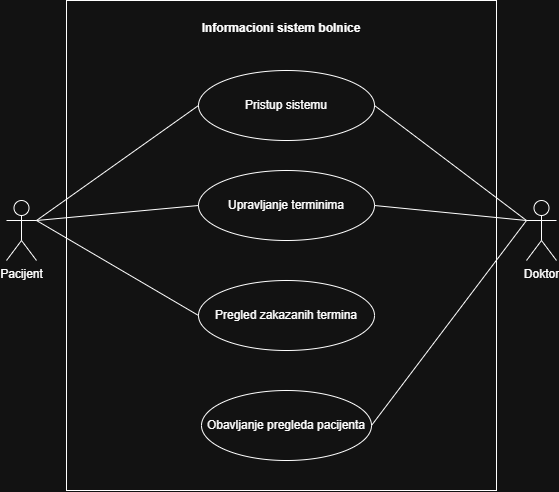
Before: docs/UML/use_case.png, a diagram exported from draw.io (acailic02/matf-hospital-informational-system). Source tidied: cells renumbered, new cells last; positions are measured from the earlier drawing's top-left corner, leaving out a move shared by most shapes. Source of this version:
```xml
<mxGraphModel>
  <root>
    <mxCell id="0" />
    <mxCell id="1" parent="0" />
    <mxCell id="2" value="&lt;div&gt;&lt;br&gt;&lt;/div&gt;Informacioni sistem bolnice" style="shape=rect;html=1;verticalAlign=top;fontStyle=1;whiteSpace=wrap;align=center;" parent="1" vertex="1">
      <mxGeometry x="60" width="430" height="490" as="geometry" />
    </mxCell>
    <mxCell id="3" value="Pacijent" style="shape=umlActor;html=1;verticalLabelPosition=bottom;verticalAlign=top;align=center;labelPerimeter=1;" parent="1" vertex="1">
      <mxGeometry y="200" width="30" height="60" as="geometry" />
    </mxCell>
    <mxCell id="4" value="Doktor" style="shape=umlActor;html=1;verticalLabelPosition=bottom;verticalAlign=top;align=center;labelPerimeter=1;" parent="1" vertex="1">
      <mxGeometry x="520" y="200" width="30" height="60" as="geometry" />
    </mxCell>
    <mxCell id="5" value="Upravljanje terminima" style="ellipse;whiteSpace=wrap;html=1;" parent="1" vertex="1">
      <mxGeometry x="192" y="170" width="176" height="70" as="geometry" />
    </mxCell>
    <mxCell id="6" value="Pregled zakazanih termina" style="ellipse;whiteSpace=wrap;html=1;" parent="1" vertex="1">
      <mxGeometry x="192" y="280" width="176" height="70" as="geometry" />
    </mxCell>
    <mxCell id="7" value="Pristup sistemu" style="ellipse;whiteSpace=wrap;html=1;" parent="1" vertex="1">
      <mxGeometry x="192" y="70" width="176" height="70" as="geometry" />
    </mxCell>
    <mxCell id="8" value="Obavljanje pregleda pacijenta" style="ellipse;whiteSpace=wrap;html=1;" parent="1" vertex="1">
      <mxGeometry x="195" y="390" width="170" height="70" as="geometry" />
    </mxCell>
    <mxCell id="9" style="endArrow=none;html=1;rounded=0;defaultLabelBackgroundColor=page;labelPadding=0 4;exitX=1;exitY=0.3333333333333333;exitDx=0;exitDy=0;exitPerimeter=0;entryX=0;entryY=0.5;entryDx=0;entryDy=0;" parent="1" edge="1" source="3" target="7">
      <mxGeometry relative="1" as="geometry" />
    </mxCell>
    <mxCell id="10" style="endArrow=none;html=1;rounded=0;defaultLabelBackgroundColor=page;labelPadding=0 4;exitX=1;exitY=0.3333333333333333;exitDx=0;exitDy=0;exitPerimeter=0;entryX=0;entryY=0.5;entryDx=0;entryDy=0;" parent="1" edge="1" source="3" target="5">
      <mxGeometry relative="1" as="geometry" />
    </mxCell>
    <mxCell id="11" style="endArrow=none;html=1;rounded=0;defaultLabelBackgroundColor=page;labelPadding=0 4;entryX=0;entryY=0.5;entryDx=0;entryDy=0;exitX=1;exitY=0.3333333333333333;exitDx=0;exitDy=0;exitPerimeter=0;" parent="1" edge="1" source="3" target="6">
      <mxGeometry relative="1" as="geometry" />
    </mxCell>
    <mxCell id="12" style="endArrow=none;html=1;rounded=0;defaultLabelBackgroundColor=page;labelPadding=0 4;entryX=0;entryY=0.3333333333333333;entryDx=0;entryDy=0;entryPerimeter=0;exitX=1;exitY=0.5;exitDx=0;exitDy=0;" parent="1" edge="1" source="7" target="4">
      <mxGeometry relative="1" as="geometry" />
    </mxCell>
    <mxCell id="13" style="endArrow=none;html=1;rounded=0;defaultLabelBackgroundColor=page;labelPadding=0 4;entryX=0;entryY=0.3333333333333333;entryDx=0;entryDy=0;entryPerimeter=0;exitX=1;exitY=0.5;exitDx=0;exitDy=0;" parent="1" edge="1" source="5" target="4">
      <mxGeometry relative="1" as="geometry" />
    </mxCell>
    <mxCell id="14" style="endArrow=none;html=1;rounded=0;defaultLabelBackgroundColor=page;labelPadding=0 4;entryX=0;entryY=0.3333333333333333;entryDx=0;entryDy=0;entryPerimeter=0;exitX=1;exitY=0.5;exitDx=0;exitDy=0;" parent="1" edge="1" source="8" target="4">
      <mxGeometry relative="1" as="geometry" />
    </mxCell>
  </root>
</mxGraphModel>
```
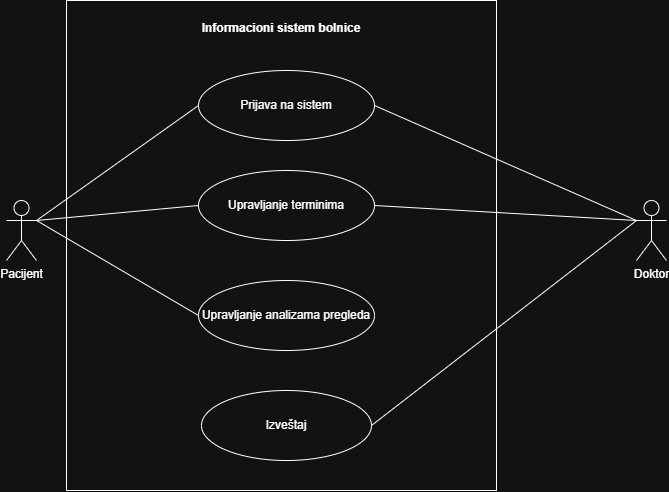
After the commit.

Commit message:
docs: add use cases and UML diagrams

What changed in the source:
```diff
@@ -9,18 +9,18 @@
       <mxGeometry y="200" width="30" height="60" as="geometry" />
     </mxCell>
     <mxCell id="4" value="Doktor" style="shape=umlActor;html=1;verticalLabelPosition=bottom;verticalAlign=top;align=center;labelPerimeter=1;" parent="1" vertex="1">
-      <mxGeometry x="520" y="200" width="30" height="60" as="geometry" />
+      <mxGeometry x="630" y="200" width="30" height="60" as="geometry" />
     </mxCell>
     <mxCell id="5" value="Upravljanje terminima" style="ellipse;whiteSpace=wrap;html=1;" parent="1" vertex="1">
       <mxGeometry x="192" y="170" width="176" height="70" as="geometry" />
     </mxCell>
-    <mxCell id="6" value="Pregled zakazanih termina" style="ellipse;whiteSpace=wrap;html=1;" parent="1" vertex="1">
+    <mxCell id="6" value="Upravljanje analizama pregleda" style="ellipse;whiteSpace=wrap;html=1;" parent="1" vertex="1">
       <mxGeometry x="192" y="280" width="176" height="70" as="geometry" />
     </mxCell>
-    <mxCell id="7" value="Pristup sistemu" style="ellipse;whiteSpace=wrap;html=1;" parent="1" vertex="1">
+    <mxCell id="7" value="Prijava na sistem" style="ellipse;whiteSpace=wrap;html=1;" parent="1" vertex="1">
       <mxGeometry x="192" y="70" width="176" height="70" as="geometry" />
     </mxCell>
-    <mxCell id="8" value="Obavljanje pregleda pacijenta" style="ellipse;whiteSpace=wrap;html=1;" parent="1" vertex="1">
+    <mxCell id="8" value="Izveštaj" style="ellipse;whiteSpace=wrap;html=1;" parent="1" vertex="1">
       <mxGeometry x="195" y="390" width="170" height="70" as="geometry" />
     </mxCell>
     <mxCell id="9" style="endArrow=none;html=1;rounded=0;defaultLabelBackgroundColor=page;labelPadding=0 4;exitX=1;exitY=0.3333333333333333;exitDx=0;exitDy=0;exitPerimeter=0;entryX=0;entryY=0.5;entryDx=0;entryDy=0;" parent="1" edge="1" source="3" target="7">
```
